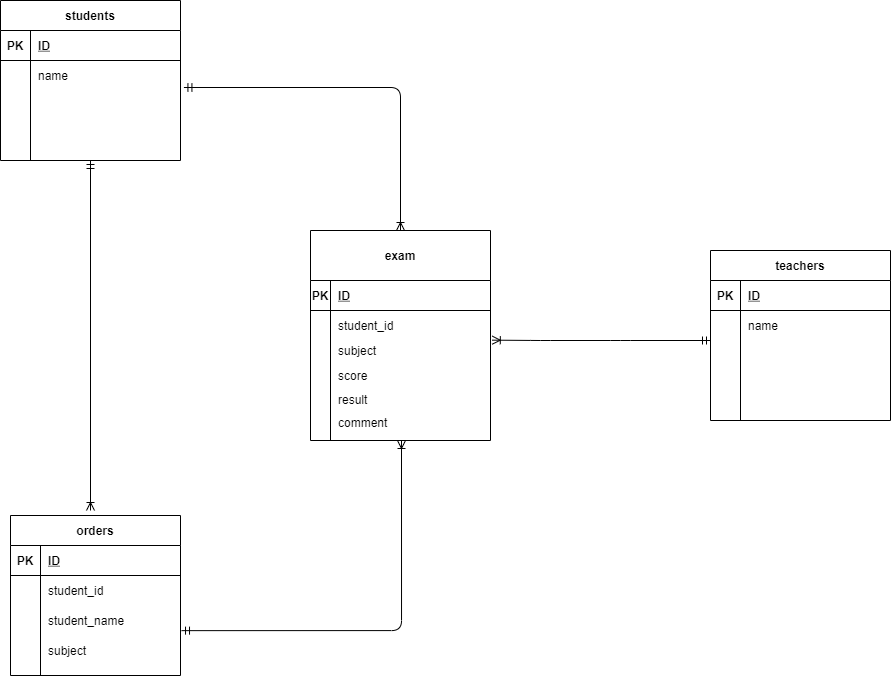
Before: test.drawio.png, a diagram exported from draw.io (KentaIzu/DB). Source tidied: cells renumbered, new cells last; positions are measured from the earlier drawing's top-left corner, leaving out a move shared by most shapes.
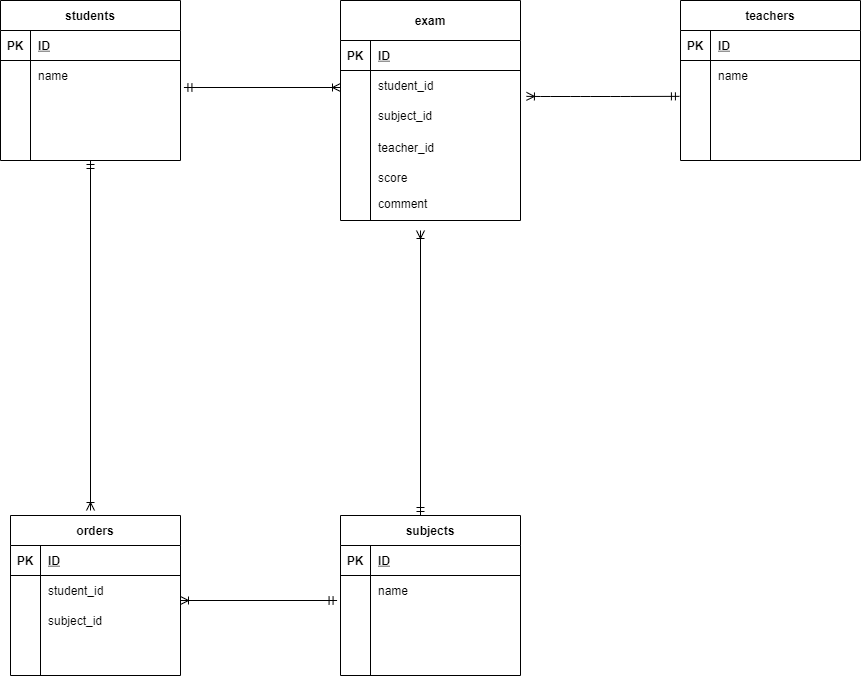
After the commit.

The edit, as a diff of the source:
```diff
@@ -41,47 +41,8 @@
     <mxCell id="14" style="shape=partialRectangle;fillColor=none;top=0;left=0;bottom=0;right=0;align=left;spacingLeft=6;overflow=hidden;" parent="12" vertex="1">
       <mxGeometry x="30" width="150" height="30" as="geometry" />
     </mxCell>
-    <mxCell id="15" value="exam" style="shape=table;startSize=50;rowLines=0;fontStyle=1;align=center;" parent="1" vertex="1">
-      <mxGeometry x="310" y="230" width="180" height="210" as="geometry" />
-    </mxCell>
-    <mxCell id="16" style="shape=partialRectangle;fillColor=none;top=0;left=0;bottom=1;right=0;" parent="15" vertex="1">
-      <mxGeometry y="50" width="180" height="30" as="geometry" />
-    </mxCell>
-    <mxCell id="17" value="PK" style="shape=partialRectangle;fillColor=none;top=0;left=0;bottom=0;right=0;fontStyle=1;overflow=hidden;" parent="16" vertex="1">
-      <mxGeometry width="20" height="30" as="geometry" />
-    </mxCell>
-    <mxCell id="18" value="ID" style="shape=partialRectangle;fillColor=none;top=0;left=0;bottom=0;right=0;align=left;spacingLeft=6;fontStyle=5;overflow=hidden;" parent="16" vertex="1">
-      <mxGeometry x="20" width="160" height="30" as="geometry" />
-    </mxCell>
-    <mxCell id="19" style="shape=partialRectangle;fillColor=none;top=0;left=0;bottom=0;right=0;points=[[0,0.5],[1,0.5]];portConstraint=eastwest;" parent="15" vertex="1">
-      <mxGeometry y="80" width="180" height="30" as="geometry" />
-    </mxCell>
-    <mxCell id="20" style="shape=partialRectangle;fillColor=none;top=0;left=0;bottom=0;right=0;overflow=hidden;" parent="19" vertex="1">
-      <mxGeometry width="20" height="30" as="geometry" />
-    </mxCell>
-    <mxCell id="21" value="student_id" style="shape=partialRectangle;fillColor=none;top=0;left=0;bottom=0;right=0;align=left;spacingLeft=6;overflow=hidden;" parent="19" vertex="1">
-      <mxGeometry x="20" width="160" height="30" as="geometry" />
-    </mxCell>
-    <mxCell id="22" style="shape=partialRectangle;fillColor=none;top=0;left=0;bottom=0;right=0;points=[[0,0.5],[1,0.5]];portConstraint=eastwest;" parent="15" vertex="1">
-      <mxGeometry y="110" width="180" height="20" as="geometry" />
-    </mxCell>
-    <mxCell id="23" style="shape=partialRectangle;fillColor=none;top=0;left=0;bottom=0;right=0;overflow=hidden;" parent="22" vertex="1">
-      <mxGeometry width="20" height="20" as="geometry" />
-    </mxCell>
-    <mxCell id="24" value="subject" style="shape=partialRectangle;fillColor=none;top=0;left=0;bottom=0;right=0;align=left;spacingLeft=6;overflow=hidden;" parent="22" vertex="1">
-      <mxGeometry x="20" width="160" height="20" as="geometry" />
-    </mxCell>
-    <mxCell id="25" style="shape=partialRectangle;fillColor=none;top=0;left=0;bottom=0;right=0;" parent="15" vertex="1">
-      <mxGeometry y="130" width="180" height="30" as="geometry" />
-    </mxCell>
-    <mxCell id="26" style="shape=partialRectangle;fillColor=none;top=0;left=0;bottom=0;right=0;overflow=hidden;" parent="25" vertex="1">
-      <mxGeometry width="20" height="30" as="geometry" />
-    </mxCell>
-    <mxCell id="27" value="score" style="shape=partialRectangle;fillColor=none;top=0;left=0;bottom=0;right=0;align=left;spacingLeft=6;overflow=hidden;" parent="25" vertex="1">
-      <mxGeometry x="20" width="160" height="30" as="geometry" />
-    </mxCell>
     <mxCell id="28" value="teachers" style="shape=table;startSize=30;rowLines=0;fontStyle=1;align=center;" parent="1" vertex="1">
-      <mxGeometry x="710" y="250" width="180" height="170" as="geometry" />
+      <mxGeometry x="680" width="180" height="160" as="geometry" />
     </mxCell>
     <mxCell id="29" style="shape=partialRectangle;fillColor=none;top=0;left=0;bottom=1;right=0;" parent="28" vertex="1">
       <mxGeometry y="30" width="180" height="30" as="geometry" />
@@ -140,51 +101,132 @@
     <mxCell id="47" value="student_id" style="shape=partialRectangle;fillColor=none;top=0;left=0;bottom=0;right=0;align=left;spacingLeft=6;overflow=hidden;" parent="45" vertex="1">
       <mxGeometry x="30" width="140" height="30" as="geometry" />
     </mxCell>
+    <mxCell id="51" style="shape=partialRectangle;fillColor=none;top=0;left=0;bottom=0;right=0;points=[[0,0.5],[1,0.5]];portConstraint=eastwest;" parent="41" vertex="1">
+      <mxGeometry y="90" width="170" height="30" as="geometry" />
+    </mxCell>
+    <mxCell id="52" style="shape=partialRectangle;fillColor=none;top=0;left=0;bottom=0;right=0;overflow=hidden;" parent="51" vertex="1">
+      <mxGeometry width="30" height="30" as="geometry" />
+    </mxCell>
+    <mxCell id="53" value="subject_id" style="shape=partialRectangle;fillColor=none;top=0;left=0;bottom=0;right=0;align=left;spacingLeft=6;overflow=hidden;" parent="51" vertex="1">
+      <mxGeometry x="30" width="140" height="30" as="geometry" />
+    </mxCell>
     <mxCell id="48" style="shape=partialRectangle;fillColor=none;top=0;left=0;bottom=0;right=0;" parent="41" vertex="1">
-      <mxGeometry y="90" width="170" height="30" as="geometry" />
+      <mxGeometry y="120" width="170" height="30" as="geometry" />
     </mxCell>
     <mxCell id="49" style="shape=partialRectangle;fillColor=none;top=0;left=0;bottom=0;right=0;overflow=hidden;" parent="48" vertex="1">
       <mxGeometry width="30" height="30" as="geometry" />
     </mxCell>
-    <mxCell id="50" value="student_name" style="shape=partialRectangle;fillColor=none;top=0;left=0;bottom=0;right=0;align=left;spacingLeft=6;overflow=hidden;" parent="48" vertex="1">
+    <mxCell id="50" style="shape=partialRectangle;fillColor=none;top=0;left=0;bottom=0;right=0;align=left;spacingLeft=6;overflow=hidden;" parent="48" vertex="1">
       <mxGeometry x="30" width="140" height="30" as="geometry" />
     </mxCell>
-    <mxCell id="51" style="shape=partialRectangle;fillColor=none;top=0;left=0;bottom=0;right=0;points=[[0,0.5],[1,0.5]];portConstraint=eastwest;" parent="41" vertex="1">
-      <mxGeometry y="120" width="170" height="30" as="geometry" />
-    </mxCell>
-    <mxCell id="52" style="shape=partialRectangle;fillColor=none;top=0;left=0;bottom=0;right=0;overflow=hidden;" parent="51" vertex="1">
-      <mxGeometry width="30" height="30" as="geometry" />
-    </mxCell>
-    <mxCell id="53" value="subject" style="shape=partialRectangle;fillColor=none;top=0;left=0;bottom=0;right=0;align=left;spacingLeft=6;overflow=hidden;" parent="51" vertex="1">
-      <mxGeometry x="30" width="140" height="30" as="geometry" />
-    </mxCell>
     <mxCell id="54" style="fontSize=12;html=1;endArrow=ERoneToMany;startArrow=ERmandOne;exitX=0.5;exitY=1;exitDx=0;exitDy=0;edgeStyle=orthogonalEdgeStyle;" parent="1" edge="1" source="2">
       <mxGeometry relative="1" as="geometry">
         <mxPoint x="90" y="510" as="targetPoint" />
       </mxGeometry>
     </mxCell>
-    <mxCell id="55" style="fontSize=12;html=1;endArrow=ERoneToMany;startArrow=ERmandOne;exitX=1.019;exitY=-0.1;exitDx=0;exitDy=0;exitPerimeter=0;entryX=0.5;entryY=0;entryDx=0;entryDy=0;edgeStyle=orthogonalEdgeStyle;" parent="1" edge="1" source="9" target="15">
-      <mxGeometry relative="1" as="geometry" />
+    <mxCell id="55" style="fontSize=12;html=1;endArrow=ERoneToMany;startArrow=ERmandOne;exitX=1.019;exitY=-0.1;exitDx=0;exitDy=0;exitPerimeter=0;" parent="1" edge="1" source="9">
+      <mxGeometry relative="1" as="geometry">
+        <mxPoint x="340" y="87" as="targetPoint" />
+      </mxGeometry>
     </mxCell>
-    <mxCell id="56" style="fontSize=12;html=1;endArrow=ERoneToMany;startArrow=ERmandOne;exitX=1.006;exitY=-0.162;exitDx=0;exitDy=0;exitPerimeter=0;edgeStyle=orthogonalEdgeStyle;" parent="1" edge="1" source="51">
-      <mxGeometry relative="1" as="geometry">
-        <mxPoint x="401" y="440" as="targetPoint" />
-      </mxGeometry>
-    </mxCell>
-    <mxCell id="57" value="result" style="shape=partialRectangle;fillColor=none;top=0;left=0;bottom=0;right=0;align=left;spacingLeft=6;overflow=hidden;" parent="1" vertex="1">
-      <mxGeometry x="330" y="384" width="160" height="30" as="geometry" />
-    </mxCell>
-    <mxCell id="58" value="comment" style="shape=partialRectangle;fillColor=none;top=0;left=0;bottom=0;right=0;align=left;spacingLeft=6;overflow=hidden;" parent="1" vertex="1">
-      <mxGeometry x="330" y="407" width="160" height="30" as="geometry" />
+    <mxCell id="58" value="score" style="shape=partialRectangle;fillColor=none;top=0;left=0;bottom=0;right=0;align=left;spacingLeft=6;overflow=hidden;" parent="1" vertex="1">
+      <mxGeometry x="370" y="150" width="160" height="53" as="geometry" />
     </mxCell>
-    <mxCell id="59" style="fontSize=12;html=1;endArrow=ERoneToMany;startArrow=ERmandOne;entryX=1.01;entryY=-0.017;entryDx=0;entryDy=0;entryPerimeter=0;" parent="1" edge="1" target="22">
+    <mxCell id="59" style="fontSize=12;html=1;endArrow=ERoneToMany;startArrow=ERmandOne;entryX=1.033;entryY=0.862;entryDx=0;entryDy=0;entryPerimeter=0;exitX=-0.006;exitY=0.195;exitDx=0;exitDy=0;exitPerimeter=0;" parent="1" edge="1" source="35" target="19">
       <mxGeometry relative="1" as="geometry">
-        <mxPoint x="710" y="340" as="sourcePoint" />
         <Array as="points">
-          <mxPoint x="620" y="340" />
-          <mxPoint x="540" y="340" />
+          <mxPoint x="620" y="96" />
+          <mxPoint x="580" y="96" />
+          <mxPoint x="540" y="96" />
         </Array>
       </mxGeometry>
     </mxCell>
+    <mxCell id="60" value="subjects" style="shape=table;startSize=30;rowLines=0;fontStyle=1;align=center;" parent="1" vertex="1">
+      <mxGeometry x="340" y="515" width="180" height="160" as="geometry" />
+    </mxCell>
+    <mxCell id="61" style="shape=partialRectangle;fillColor=none;top=0;left=0;bottom=1;right=0;" parent="60" vertex="1">
+      <mxGeometry y="30" width="180" height="30" as="geometry" />
+    </mxCell>
+    <mxCell id="62" value="PK" style="shape=partialRectangle;fillColor=none;top=0;left=0;bottom=0;right=0;fontStyle=1;overflow=hidden;" parent="61" vertex="1">
+      <mxGeometry width="30" height="30" as="geometry" />
+    </mxCell>
+    <mxCell id="63" value="ID" style="shape=partialRectangle;fillColor=none;top=0;left=0;bottom=0;right=0;align=left;spacingLeft=6;fontStyle=5;overflow=hidden;" parent="61" vertex="1">
+      <mxGeometry x="30" width="150" height="30" as="geometry" />
+    </mxCell>
+    <mxCell id="64" style="shape=partialRectangle;fillColor=none;top=0;left=0;bottom=0;right=0;" parent="60" vertex="1">
+      <mxGeometry y="60" width="180" height="30" as="geometry" />
+    </mxCell>
+    <mxCell id="65" style="shape=partialRectangle;fillColor=none;top=0;left=0;bottom=0;right=0;overflow=hidden;" parent="64" vertex="1">
+      <mxGeometry width="30" height="30" as="geometry" />
+    </mxCell>
+    <mxCell id="66" value="name" style="shape=partialRectangle;fillColor=none;top=0;left=0;bottom=0;right=0;align=left;spacingLeft=6;overflow=hidden;" parent="64" vertex="1">
+      <mxGeometry x="30" width="150" height="30" as="geometry" />
+    </mxCell>
+    <mxCell id="67" style="shape=partialRectangle;fillColor=none;top=0;left=0;bottom=0;right=0;" parent="60" vertex="1">
+      <mxGeometry y="90" width="180" height="30" as="geometry" />
+    </mxCell>
+    <mxCell id="68" style="shape=partialRectangle;fillColor=none;top=0;left=0;bottom=0;right=0;overflow=hidden;" parent="67" vertex="1">
+      <mxGeometry width="30" height="30" as="geometry" />
+    </mxCell>
+    <mxCell id="69" style="shape=partialRectangle;fillColor=none;top=0;left=0;bottom=0;right=0;align=left;spacingLeft=6;overflow=hidden;" parent="67" vertex="1">
+      <mxGeometry x="30" width="150" height="30" as="geometry" />
+    </mxCell>
+    <mxCell id="70" style="shape=partialRectangle;fillColor=none;top=0;left=0;bottom=0;right=0;" parent="60" vertex="1">
+      <mxGeometry y="120" width="180" height="30" as="geometry" />
+    </mxCell>
+    <mxCell id="71" style="shape=partialRectangle;fillColor=none;top=0;left=0;bottom=0;right=0;overflow=hidden;" parent="70" vertex="1">
+      <mxGeometry width="30" height="30" as="geometry" />
+    </mxCell>
+    <mxCell id="72" style="shape=partialRectangle;fillColor=none;top=0;left=0;bottom=0;right=0;align=left;spacingLeft=6;overflow=hidden;" parent="70" vertex="1">
+      <mxGeometry x="30" width="150" height="30" as="geometry" />
+    </mxCell>
+    <mxCell id="15" value="exam" style="shape=table;startSize=40;rowLines=0;fontStyle=1;align=center;" parent="1" vertex="1">
+      <mxGeometry x="340" width="180" height="220" as="geometry" />
+    </mxCell>
+    <mxCell id="16" style="shape=partialRectangle;fillColor=none;top=0;left=0;bottom=1;right=0;" parent="15" vertex="1">
+      <mxGeometry y="40" width="180" height="30" as="geometry" />
+    </mxCell>
+    <mxCell id="17" value="PK" style="shape=partialRectangle;fillColor=none;top=0;left=0;bottom=0;right=0;fontStyle=1;overflow=hidden;" parent="16" vertex="1">
+      <mxGeometry width="30" height="30" as="geometry" />
+    </mxCell>
+    <mxCell id="18" value="ID" style="shape=partialRectangle;fillColor=none;top=0;left=0;bottom=0;right=0;align=left;spacingLeft=6;fontStyle=5;overflow=hidden;" parent="16" vertex="1">
+      <mxGeometry x="30" width="150" height="30" as="geometry" />
+    </mxCell>
+    <mxCell id="19" style="shape=partialRectangle;fillColor=none;top=0;left=0;bottom=0;right=0;points=[[0,0.5],[1,0.5]];portConstraint=eastwest;" parent="15" vertex="1">
+      <mxGeometry y="70" width="180" height="30" as="geometry" />
+    </mxCell>
+    <mxCell id="20" style="shape=partialRectangle;fillColor=none;top=0;left=0;bottom=0;right=0;overflow=hidden;" parent="19" vertex="1">
+      <mxGeometry width="30" height="30" as="geometry" />
+    </mxCell>
+    <mxCell id="21" value="student_id" style="shape=partialRectangle;fillColor=none;top=0;left=0;bottom=0;right=0;align=left;spacingLeft=6;overflow=hidden;" parent="19" vertex="1">
+      <mxGeometry x="30" width="150" height="30" as="geometry" />
+    </mxCell>
+    <mxCell id="25" style="shape=partialRectangle;fillColor=none;top=0;left=0;bottom=0;right=0;" parent="15" vertex="1">
+      <mxGeometry y="100" width="180" height="30" as="geometry" />
+    </mxCell>
+    <mxCell id="26" style="shape=partialRectangle;fillColor=none;top=0;left=0;bottom=0;right=0;overflow=hidden;" parent="25" vertex="1">
+      <mxGeometry width="30" height="30" as="geometry" />
+    </mxCell>
+    <mxCell id="27" value="subject_id" style="shape=partialRectangle;fillColor=none;top=0;left=0;bottom=0;right=0;align=left;spacingLeft=6;overflow=hidden;" parent="25" vertex="1">
+      <mxGeometry x="30" width="150" height="30" as="geometry" />
+    </mxCell>
+    <mxCell id="73" style="fontSize=12;html=1;endArrow=ERoneToMany;startArrow=ERmandOne;exitX=1.019;exitY=-0.1;exitDx=0;exitDy=0;exitPerimeter=0;" parent="1" edge="1">
+      <mxGeometry relative="1" as="geometry">
+        <mxPoint x="336.6" y="600" as="sourcePoint" />
+        <mxPoint x="180" y="600" as="targetPoint" />
+      </mxGeometry>
+    </mxCell>
+    <mxCell id="74" style="fontSize=12;html=1;endArrow=ERoneToMany;startArrow=ERmandOne;exitX=0.5;exitY=1;exitDx=0;exitDy=0;edgeStyle=orthogonalEdgeStyle;" parent="1" edge="1">
+      <mxGeometry relative="1" as="geometry">
+        <mxPoint x="420" y="515" as="sourcePoint" />
+        <mxPoint x="420" y="230" as="targetPoint" />
+      </mxGeometry>
+    </mxCell>
+    <mxCell id="75" value="teacher_id" style="shape=partialRectangle;fillColor=none;top=0;left=0;bottom=0;right=0;align=left;spacingLeft=6;overflow=hidden;" parent="1" vertex="1">
+      <mxGeometry x="370" y="120" width="160" height="53" as="geometry" />
+    </mxCell>
+    <mxCell id="76" value="comment" style="shape=partialRectangle;fillColor=none;top=0;left=0;bottom=0;right=0;align=left;spacingLeft=6;overflow=hidden;" parent="1" vertex="1">
+      <mxGeometry x="370" y="168" width="160" height="70" as="geometry" />
+    </mxCell>
   </root>
 </mxGraphModel>
```
